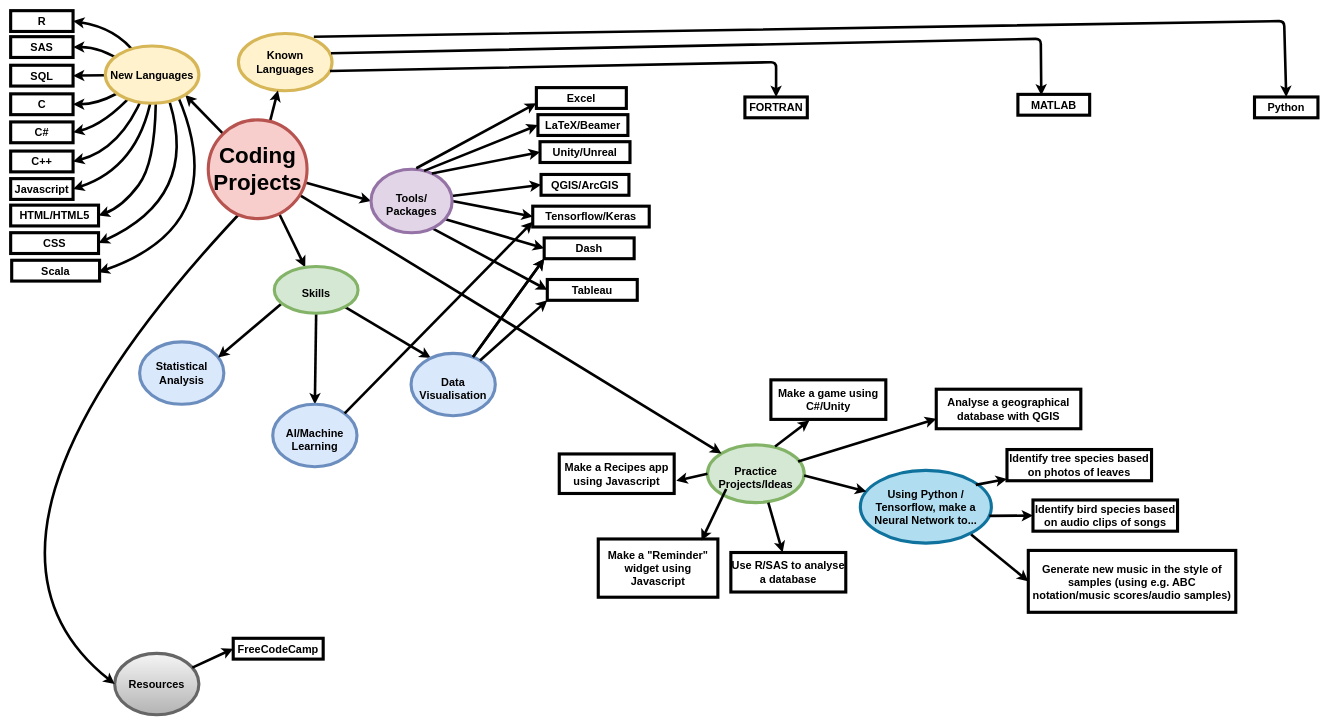
owen-jordan/central-repo keeps this draw.io diagram as Central Diagram.drawio. Above is the earlier version. Source tidied: cells renumbered, new cells numbered last; positions are measured from the earlier drawing's top-left corner, leaving out a move shared by most shapes. Both pictures are drawn from the tidied source at 52%, with x=0, y=0 at pixel (-71, 10).
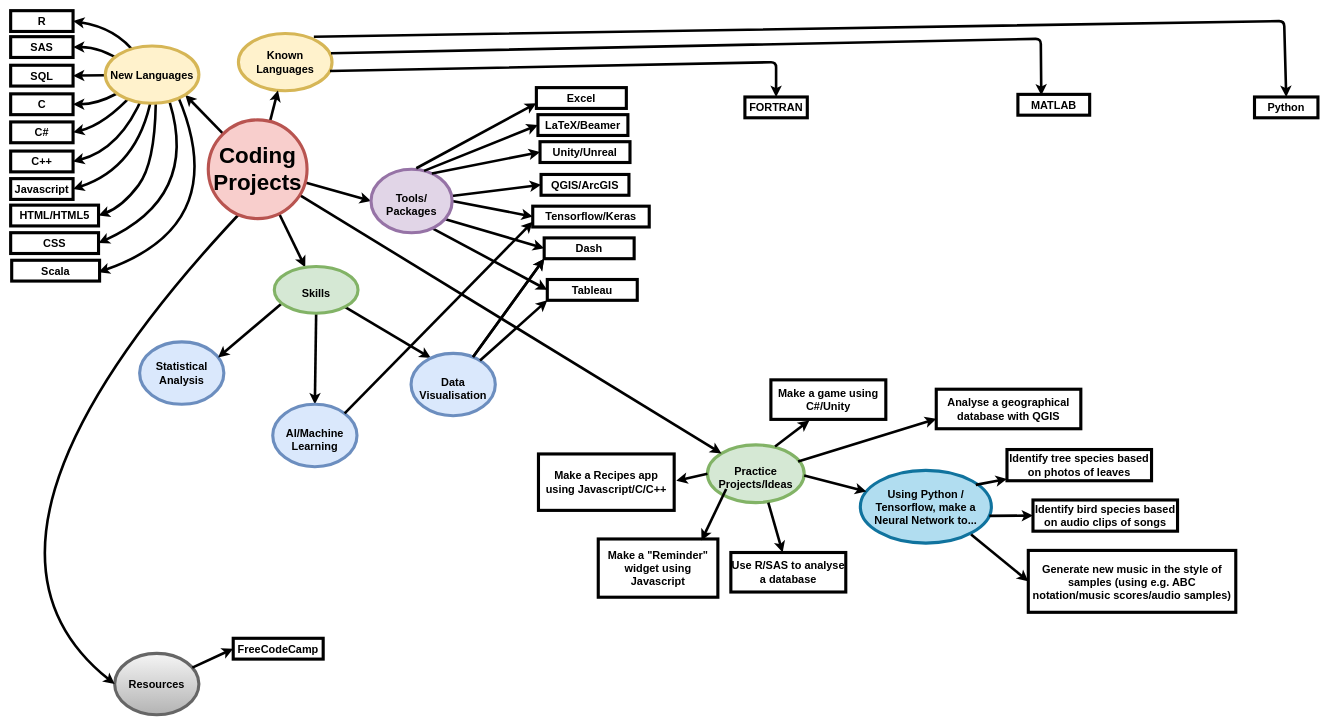
The same page after the edit.

Diff of the diagram source:
```diff
@@
-    <mxCell id="81" value="&lt;b&gt;&lt;font style=&quot;font-size: 21px&quot;&gt;Make a Recipes app using Javascript &lt;br&gt;&lt;/font&gt;&lt;/b&gt;" style="rounded=0;whiteSpace=wrap;html=1;strokeWidth=6;" parent="1" vertex="1">
-      <mxGeometry x="1211" y="852.5" width="221" height="76" as="geometry" />
+    <mxCell id="81" value="&lt;div&gt;&lt;b&gt;&lt;font style=&quot;font-size: 21px&quot;&gt;Make a Recipes app using Javascript/C/C++&lt;/font&gt;&lt;/b&gt;&lt;/div&gt;" style="rounded=0;whiteSpace=wrap;html=1;strokeWidth=6;" parent="1" vertex="1">
+      <mxGeometry x="1171" y="852.5" width="261" height="108.5" as="geometry" />
     </mxCell>
```
